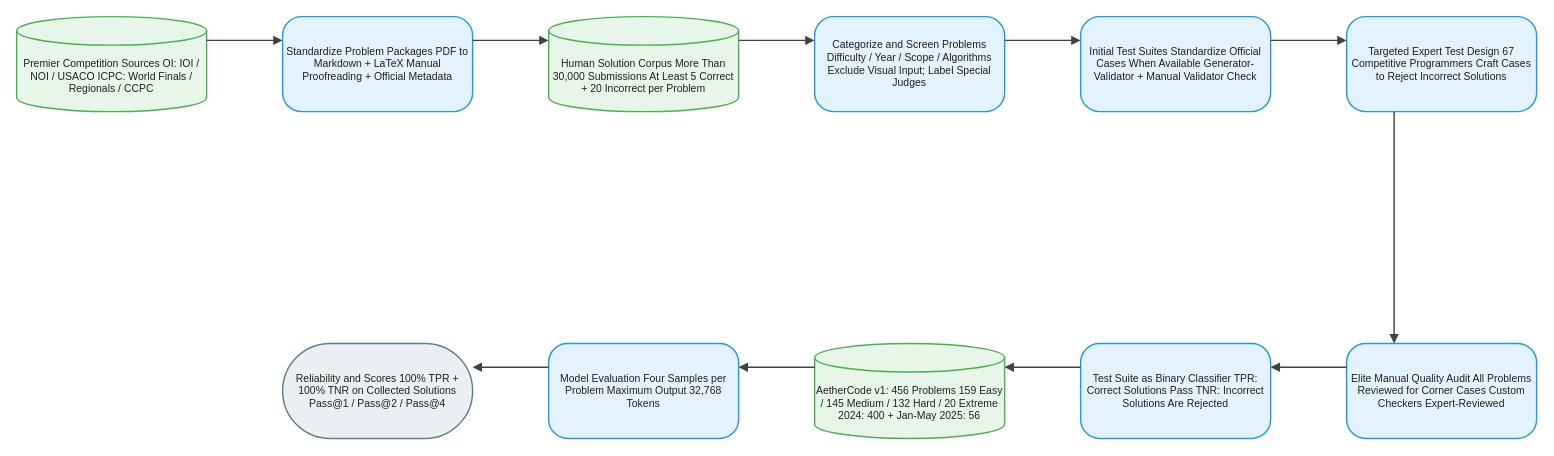
joe1chief/benchmark-hub keeps this draw.io diagram as client/public/drawio/AetherCode/AetherCode.en.drawio. Above is the earlier version. Source tidied: cells renumbered, new cells numbered last; positions are measured from the earlier drawing's top-left corner, leaving out a move shared by most shapes. Both pictures are drawn from the tidied source at 95%, with x=0, y=0 at pixel (16, 16).
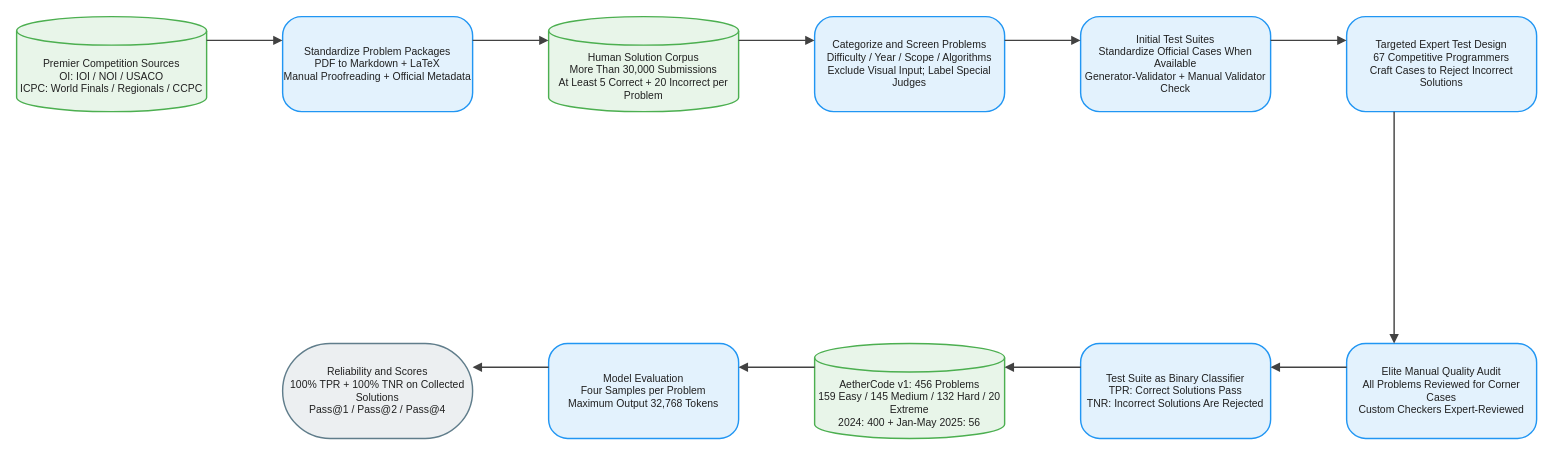
After the change.

Change to the diagram source:
```diff
@@
-    <mxCell id="2" value="Premier Competition Sources OI: IOI / NOI / USACO ICPC: World Finals / Regionals / CCPC" style="shape=cylinder3;boundedLbl=1;backgroundOutline=1;size=15;html=1;whiteSpace=wrap;fillColor=#E8F5E9;strokeColor=#4CAF50;strokeWidth=1.5;fontColor=#212121;fontSize=11;fontFamily=Arial, Helvetica, sans-serif;verticalAlign=middle;align=center;" parent="1" vertex="1">
+    <mxCell id="2" value="Premier Competition Sources&#10;OI: IOI / NOI / USACO&#10;ICPC: World Finals / Regionals / CCPC" style="shape=cylinder3;boundedLbl=1;backgroundOutline=1;size=15;html=0;convertToSvg=1;whiteSpace=wrap;fillColor=#E8F5E9;strokeColor=#4CAF50;strokeWidth=1.5;fontColor=#212121;fontSize=11;fontFamily=Arial, Helvetica, sans-serif;verticalAlign=middle;align=center;" parent="1" vertex="1">
       <mxGeometry width="200" height="100" as="geometry" />
     </mxCell>
-    <mxCell id="3" value="Standardize Problem Packages PDF to Markdown + LaTeX Manual Proofreading + Official Metadata" style="rounded=1;arcSize=20;html=1;whiteSpace=wrap;fillColor=#E3F2FD;strokeColor=#2196F3;strokeWidth=1.5;fontColor=#212121;fontSize=11;fontFamily=Arial, Helvetica, sans-serif;verticalAlign=middle;align=center;" parent="1" vertex="1">
+    <mxCell id="3" value="Standardize Problem Packages&#10;PDF to Markdown + LaTeX&#10;Manual Proofreading + Official Metadata" style="rounded=1;arcSize=20;html=0;convertToSvg=1;whiteSpace=wrap;fillColor=#E3F2FD;strokeColor=#2196F3;strokeWidth=1.5;fontColor=#212121;fontSize=11;fontFamily=Arial, Helvetica, sans-serif;verticalAlign=middle;align=center;" parent="1" vertex="1">
       <mxGeometry x="280" width="200" height="100" as="geometry" />
     </mxCell>
-    <mxCell id="4" value="Human Solution Corpus More Than 30,000 Submissions At Least 5 Correct + 20 Incorrect per Problem" style="shape=cylinder3;boundedLbl=1;backgroundOutline=1;size=15;html=1;whiteSpace=wrap;fillColor=#E8F5E9;strokeColor=#4CAF50;strokeWidth=1.5;fontColor=#212121;fontSize=11;fontFamily=Arial, Helvetica, sans-serif;verticalAlign=middle;align=center;" parent="1" vertex="1">
+    <mxCell id="4" value="Human Solution Corpus&#10;More Than 30,000 Submissions&#10;At Least 5 Correct + 20 Incorrect per Problem" style="shape=cylinder3;boundedLbl=1;backgroundOutline=1;size=15;html=0;convertToSvg=1;whiteSpace=wrap;fillColor=#E8F5E9;strokeColor=#4CAF50;strokeWidth=1.5;fontColor=#212121;fontSize=11;fontFamily=Arial, Helvetica, sans-serif;verticalAlign=middle;align=center;" parent="1" vertex="1">
       <mxGeometry x="560" width="200" height="100" as="geometry" />
     </mxCell>
-    <mxCell id="5" value="Categorize and Screen Problems Difficulty / Year / Scope / Algorithms Exclude Visual Input; Label Special Judges" style="rounded=1;arcSize=20;html=1;whiteSpace=wrap;fillColor=#E3F2FD;strokeColor=#2196F3;strokeWidth=1.5;fontColor=#212121;fontSize=11;fontFamily=Arial, Helvetica, sans-serif;verticalAlign=middle;align=center;" parent="1" vertex="1">
+    <mxCell id="5" value="Categorize and Screen Problems&#10;Difficulty / Year / Scope / Algorithms&#10;Exclude Visual Input; Label Special Judges" style="rounded=1;arcSize=20;html=0;convertToSvg=1;whiteSpace=wrap;fillColor=#E3F2FD;strokeColor=#2196F3;strokeWidth=1.5;fontColor=#212121;fontSize=11;fontFamily=Arial, Helvetica, sans-serif;verticalAlign=middle;align=center;" parent="1" vertex="1">
       <mxGeometry x="840" width="200" height="100" as="geometry" />
     </mxCell>
-    <mxCell id="6" value="Initial Test Suites Standardize Official Cases When Available Generator-Validator + Manual Validator Check" style="rounded=1;arcSize=20;html=1;whiteSpace=wrap;fillColor=#E3F2FD;strokeColor=#2196F3;strokeWidth=1.5;fontColor=#212121;fontSize=11;fontFamily=Arial, Helvetica, sans-serif;verticalAlign=middle;align=center;" parent="1" vertex="1">
+    <mxCell id="6" value="Initial Test Suites&#10;Standardize Official Cases When Available&#10;Generator-Validator + Manual Validator Check" style="rounded=1;arcSize=20;html=0;convertToSvg=1;whiteSpace=wrap;fillColor=#E3F2FD;strokeColor=#2196F3;strokeWidth=1.5;fontColor=#212121;fontSize=11;fontFamily=Arial, Helvetica, sans-serif;verticalAlign=middle;align=center;" parent="1" vertex="1">
       <mxGeometry x="1120" width="200" height="100" as="geometry" />
     </mxCell>
-    <mxCell id="7" value="Targeted Expert Test Design 67 Competitive Programmers Craft Cases to Reject Incorrect Solutions" style="rounded=1;arcSize=20;html=1;whiteSpace=wrap;fillColor=#E3F2FD;strokeColor=#2196F3;strokeWidth=1.5;fontColor=#212121;fontSize=11;fontFamily=Arial, Helvetica, sans-serif;verticalAlign=middle;align=center;" parent="1" vertex="1">
+    <mxCell id="7" value="Targeted Expert Test Design&#10;67 Competitive Programmers&#10;Craft Cases to Reject Incorrect Solutions" style="rounded=1;arcSize=20;html=0;convertToSvg=1;whiteSpace=wrap;fillColor=#E3F2FD;strokeColor=#2196F3;strokeWidth=1.5;fontColor=#212121;fontSize=11;fontFamily=Arial, Helvetica, sans-serif;verticalAlign=middle;align=center;" parent="1" vertex="1">
       <mxGeometry x="1400" width="200" height="100" as="geometry" />
     </mxCell>
-    <mxCell id="8" value="Elite Manual Quality Audit All Problems Reviewed for Corner Cases Custom Checkers Expert-Reviewed" style="rounded=1;arcSize=20;html=1;whiteSpace=wrap;fillColor=#E3F2FD;strokeColor=#2196F3;strokeWidth=1.5;fontColor=#212121;fontSize=11;fontFamily=Arial, Helvetica, sans-serif;verticalAlign=middle;align=center;" parent="1" vertex="1">
+    <mxCell id="8" value="Elite Manual Quality Audit&#10;All Problems Reviewed for Corner Cases&#10;Custom Checkers Expert-Reviewed" style="rounded=1;arcSize=20;html=0;convertToSvg=1;whiteSpace=wrap;fillColor=#E3F2FD;strokeColor=#2196F3;strokeWidth=1.5;fontColor=#212121;fontSize=11;fontFamily=Arial, Helvetica, sans-serif;verticalAlign=middle;align=center;" parent="1" vertex="1">
       <mxGeometry x="1400" y="344" width="200" height="100" as="geometry" />
     </mxCell>
-    <mxCell id="9" value="Test Suite as Binary Classifier TPR: Correct Solutions Pass TNR: Incorrect Solutions Are Rejected" style="rounded=1;arcSize=20;html=1;whiteSpace=wrap;fillColor=#E3F2FD;strokeColor=#2196F3;strokeWidth=1.5;fontColor=#212121;fontSize=11;fontFamily=Arial, Helvetica, sans-serif;verticalAlign=middle;align=center;" parent="1" vertex="1">
+    <mxCell id="9" value="Test Suite as Binary Classifier&#10;TPR: Correct Solutions Pass&#10;TNR: Incorrect Solutions Are Rejected" style="rounded=1;arcSize=20;html=0;convertToSvg=1;whiteSpace=wrap;fillColor=#E3F2FD;strokeColor=#2196F3;strokeWidth=1.5;fontColor=#212121;fontSize=11;fontFamily=Arial, Helvetica, sans-serif;verticalAlign=middle;align=center;" parent="1" vertex="1">
       <mxGeometry x="1120" y="344" width="200" height="100" as="geometry" />
     </mxCell>
-    <mxCell id="10" value="AetherCode v1: 456 Problems 159 Easy / 145 Medium / 132 Hard / 20 Extreme 2024: 400 + Jan-May 2025: 56" style="shape=cylinder3;boundedLbl=1;backgroundOutline=1;size=15;html=1;whiteSpace=wrap;fillColor=#E8F5E9;strokeColor=#4CAF50;strokeWidth=1.5;fontColor=#212121;fontSize=11;fontFamily=Arial, Helvetica, sans-serif;verticalAlign=middle;align=center;" parent="1" vertex="1">
+    <mxCell id="10" value="AetherCode v1: 456 Problems&#10;159 Easy / 145 Medium / 132 Hard / 20 Extreme&#10;2024: 400 + Jan-May 2025: 56" style="shape=cylinder3;boundedLbl=1;backgroundOutline=1;size=15;html=0;convertToSvg=1;whiteSpace=wrap;fillColor=#E8F5E9;strokeColor=#4CAF50;strokeWidth=1.5;fontColor=#212121;fontSize=11;fontFamily=Arial, Helvetica, sans-serif;verticalAlign=middle;align=center;" parent="1" vertex="1">
       <mxGeometry x="840" y="344" width="200" height="100" as="geometry" />
     </mxCell>
-    <mxCell id="11" value="Model Evaluation Four Samples per Problem Maximum Output 32,768 Tokens" style="rounded=1;arcSize=20;html=1;whiteSpace=wrap;fillColor=#E3F2FD;strokeColor=#2196F3;strokeWidth=1.5;fontColor=#212121;fontSize=11;fontFamily=Arial, Helvetica, sans-serif;verticalAlign=middle;align=center;" parent="1" vertex="1">
+    <mxCell id="11" value="Model Evaluation&#10;Four Samples per Problem&#10;Maximum Output 32,768 Tokens" style="rounded=1;arcSize=20;html=0;convertToSvg=1;whiteSpace=wrap;fillColor=#E3F2FD;strokeColor=#2196F3;strokeWidth=1.5;fontColor=#212121;fontSize=11;fontFamily=Arial, Helvetica, sans-serif;verticalAlign=middle;align=center;" parent="1" vertex="1">
       <mxGeometry x="560" y="344" width="200" height="100" as="geometry" />
     </mxCell>
-    <mxCell id="12" value="Reliability and Scores 100% TPR + 100% TNR on Collected Solutions Pass@1 / Pass@2 / Pass@4" style="rounded=1;arcSize=50;html=1;whiteSpace=wrap;fillColor=#ECEFF1;strokeColor=#607D8B;strokeWidth=1.5;fontColor=#212121;fontSize=11;fontFamily=Arial, Helvetica, sans-serif;verticalAlign=middle;align=center;" parent="1" vertex="1">
+    <mxCell id="12" value="Reliability and Scores&#10;100% TPR + 100% TNR on Collected Solutions&#10;Pass@1 / Pass@2 / Pass@4" style="rounded=1;arcSize=50;html=0;convertToSvg=1;whiteSpace=wrap;fillColor=#ECEFF1;strokeColor=#607D8B;strokeWidth=1.5;fontColor=#212121;fontSize=11;fontFamily=Arial, Helvetica, sans-serif;verticalAlign=middle;align=center;" parent="1" vertex="1">
       <mxGeometry x="280" y="344" width="200" height="100" as="geometry" />
     </mxCell>
-    <mxCell id="13" style="edgeStyle=orthogonalEdgeStyle;rounded=0;jettySize=auto;html=1;strokeColor=#424242;strokeWidth=1.5;endArrow=block;endFill=1;exitX=1;exitY=0.25;exitDx=0;exitDy=0;entryX=0;entryY=0.25;entryDx=0;entryDy=0;jumpStyle=arc;jumpSize=8;" parent="1" edge="1" source="2" target="3">
+    <mxCell id="13" style="edgeStyle=orthogonalEdgeStyle;rounded=0;jettySize=auto;html=0;convertToSvg=1;strokeColor=#424242;strokeWidth=1.5;endArrow=block;endFill=1;exitX=1;exitY=0.25;exitDx=0;exitDy=0;entryX=0;entryY=0.25;entryDx=0;entryDy=0;jumpStyle=arc;jumpSize=8;" parent="1" edge="1" source="2" target="3">
       <mxGeometry relative="1" as="geometry" />
     </mxCell>
-    <mxCell id="14" style="edgeStyle=orthogonalEdgeStyle;rounded=0;jettySize=auto;html=1;strokeColor=#424242;strokeWidth=1.5;endArrow=block;endFill=1;exitX=1;exitY=0.25;exitDx=0;exitDy=0;entryX=0;entryY=0.25;entryDx=0;entryDy=0;jumpStyle=arc;jumpSize=8;" parent="1" edge="1" source="3" target="4">
+    <mxCell id="14" style="edgeStyle=orthogonalEdgeStyle;rounded=0;jettySize=auto;html=0;convertToSvg=1;strokeColor=#424242;strokeWidth=1.5;endArrow=block;endFill=1;exitX=1;exitY=0.25;exitDx=0;exitDy=0;entryX=0;entryY=0.25;entryDx=0;entryDy=0;jumpStyle=arc;jumpSize=8;" parent="1" edge="1" source="3" target="4">
       <mxGeometry relative="1" as="geometry" />
     </mxCell>
-    <mxCell id="15" style="edgeStyle=orthogonalEdgeStyle;rounded=0;jettySize=auto;html=1;strokeColor=#424242;strokeWidth=1.5;endArrow=block;endFill=1;exitX=1;exitY=0.25;exitDx=0;exitDy=0;entryX=0;entryY=0.25;entryDx=0;entryDy=0;jumpStyle=arc;jumpSize=8;" parent="1" edge="1" source="4" target="5">
+    <mxCell id="15" style="edgeStyle=orthogonalEdgeStyle;rounded=0;jettySize=auto;html=0;convertToSvg=1;strokeColor=#424242;strokeWidth=1.5;endArrow=block;endFill=1;exitX=1;exitY=0.25;exitDx=0;exitDy=0;entryX=0;entryY=0.25;entryDx=0;entryDy=0;jumpStyle=arc;jumpSize=8;" parent="1" edge="1" source="4" target="5">
       <mxGeometry relative="1" as="geometry" />
     </mxCell>
-    <mxCell id="16" style="edgeStyle=orthogonalEdgeStyle;rounded=0;jettySize=auto;html=1;strokeColor=#424242;strokeWidth=1.5;endArrow=block;endFill=1;exitX=1;exitY=0.25;exitDx=0;exitDy=0;entryX=0;entryY=0.25;entryDx=0;entryDy=0;jumpStyle=arc;jumpSize=8;" parent="1" edge="1" source="5" target="6">
+    <mxCell id="16" style="edgeStyle=orthogonalEdgeStyle;rounded=0;jettySize=auto;html=0;convertToSvg=1;strokeColor=#424242;strokeWidth=1.5;endArrow=block;endFill=1;exitX=1;exitY=0.25;exitDx=0;exitDy=0;entryX=0;entryY=0.25;entryDx=0;entryDy=0;jumpStyle=arc;jumpSize=8;" parent="1" edge="1" source="5" target="6">
       <mxGeometry relative="1" as="geometry" />
     </mxCell>
-    <mxCell id="17" style="edgeStyle=orthogonalEdgeStyle;rounded=0;jettySize=auto;html=1;strokeColor=#424242;strokeWidth=1.5;endArrow=block;endFill=1;exitX=1;exitY=0.25;exitDx=0;exitDy=0;entryX=0;entryY=0.25;entryDx=0;entryDy=0;jumpStyle=arc;jumpSize=8;" parent="1" edge="1" source="6" target="7">
+    <mxCell id="17" style="edgeStyle=orthogonalEdgeStyle;rounded=0;jettySize=auto;html=0;convertToSvg=1;strokeColor=#424242;strokeWidth=1.5;endArrow=block;endFill=1;exitX=1;exitY=0.25;exitDx=0;exitDy=0;entryX=0;entryY=0.25;entryDx=0;entryDy=0;jumpStyle=arc;jumpSize=8;" parent="1" edge="1" source="6" target="7">
       <mxGeometry relative="1" as="geometry" />
     </mxCell>
-    <mxCell id="18" style="edgeStyle=orthogonalEdgeStyle;rounded=0;jettySize=auto;html=1;strokeColor=#424242;strokeWidth=1.5;endArrow=block;endFill=1;exitX=0.25;exitY=1;exitDx=0;exitDy=0;entryX=0.25;entryY=0;entryDx=0;entryDy=0;jumpStyle=arc;jumpSize=8;" parent="1" edge="1" source="7" target="8">
+    <mxCell id="18" style="edgeStyle=orthogonalEdgeStyle;rounded=0;jettySize=auto;html=0;convertToSvg=1;strokeColor=#424242;strokeWidth=1.5;endArrow=block;endFill=1;exitX=0.25;exitY=1;exitDx=0;exitDy=0;entryX=0.25;entryY=0;entryDx=0;entryDy=0;jumpStyle=arc;jumpSize=8;" parent="1" edge="1" source="7" target="8">
       <mxGeometry relative="1" as="geometry" />
     </mxCell>
-    <mxCell id="19" style="edgeStyle=orthogonalEdgeStyle;rounded=0;jettySize=auto;html=1;strokeColor=#424242;strokeWidth=1.5;endArrow=block;endFill=1;exitX=0;exitY=0.25;exitDx=0;exitDy=0;entryX=1;entryY=0.25;entryDx=0;entryDy=0;jumpStyle=arc;jumpSize=8;" parent="1" edge="1" source="8" target="9">
+    <mxCell id="19" style="edgeStyle=orthogonalEdgeStyle;rounded=0;jettySize=auto;html=0;convertToSvg=1;strokeColor=#424242;strokeWidth=1.5;endArrow=block;endFill=1;exitX=0;exitY=0.25;exitDx=0;exitDy=0;entryX=1;entryY=0.25;entryDx=0;entryDy=0;jumpStyle=arc;jumpSize=8;" parent="1" edge="1" source="8" target="9">
       <mxGeometry relative="1" as="geometry" />
     </mxCell>
-    <mxCell id="20" style="edgeStyle=orthogonalEdgeStyle;rounded=0;jettySize=auto;html=1;strokeColor=#424242;strokeWidth=1.5;endArrow=block;endFill=1;exitX=0;exitY=0.25;exitDx=0;exitDy=0;entryX=1;entryY=0.25;entryDx=0;entryDy=0;jumpStyle=arc;jumpSize=8;" parent="1" edge="1" source="9" target="10">
+    <mxCell id="20" style="edgeStyle=orthogonalEdgeStyle;rounded=0;jettySize=auto;html=0;convertToSvg=1;strokeColor=#424242;strokeWidth=1.5;endArrow=block;endFill=1;exitX=0;exitY=0.25;exitDx=0;exitDy=0;entryX=1;entryY=0.25;entryDx=0;entryDy=0;jumpStyle=arc;jumpSize=8;" parent="1" edge="1" source="9" target="10">
       <mxGeometry relative="1" as="geometry" />
     </mxCell>
-    <mxCell id="21" style="edgeStyle=orthogonalEdgeStyle;rounded=0;jettySize=auto;html=1;strokeColor=#424242;strokeWidth=1.5;endArrow=block;endFill=1;exitX=0;exitY=0.25;exitDx=0;exitDy=0;entryX=1;entryY=0.25;entryDx=0;entryDy=0;jumpStyle=arc;jumpSize=8;" parent="1" edge="1" source="10" target="11">
+    <mxCell id="21" style="edgeStyle=orthogonalEdgeStyle;rounded=0;jettySize=auto;html=0;convertToSvg=1;strokeColor=#424242;strokeWidth=1.5;endArrow=block;endFill=1;exitX=0;exitY=0.25;exitDx=0;exitDy=0;entryX=1;entryY=0.25;entryDx=0;entryDy=0;jumpStyle=arc;jumpSize=8;" parent="1" edge="1" source="10" target="11">
       <mxGeometry relative="1" as="geometry" />
     </mxCell>
-    <mxCell id="22" style="edgeStyle=orthogonalEdgeStyle;rounded=0;jettySize=auto;html=1;strokeColor=#424242;strokeWidth=1.5;endArrow=block;endFill=1;exitX=0;exitY=0.25;exitDx=0;exitDy=0;entryX=1;entryY=0.25;entryDx=0;entryDy=0;jumpStyle=arc;jumpSize=8;" parent="1" edge="1" source="11" target="12">
+    <mxCell id="22" style="edgeStyle=orthogonalEdgeStyle;rounded=0;jettySize=auto;html=0;convertToSvg=1;strokeColor=#424242;strokeWidth=1.5;endArrow=block;endFill=1;exitX=0;exitY=0.25;exitDx=0;exitDy=0;entryX=1;entryY=0.25;entryDx=0;entryDy=0;jumpStyle=arc;jumpSize=8;" parent="1" edge="1" source="11" target="12">
       <mxGeometry relative="1" as="geometry" />
     </mxCell>
```
